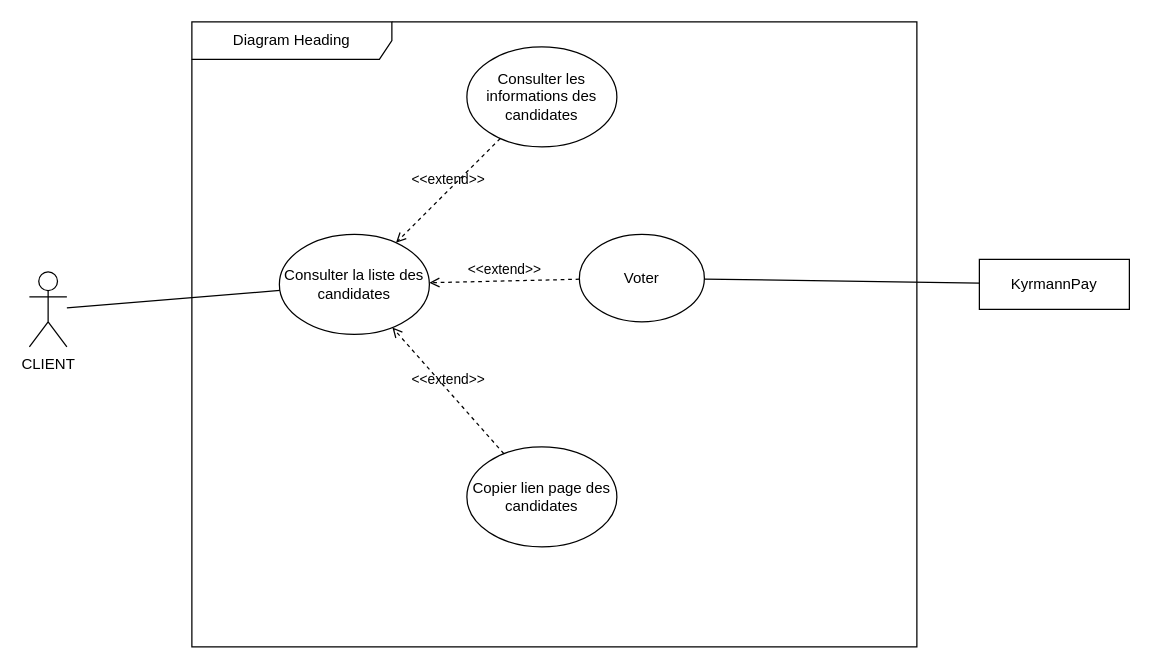
The draw.io diagram page "DCU-CLIENT" (1 of 10) of Diagramme tabouret royal.drawio in Kaji17/Diagramme-UML, before the edit. Source tidied: cells renumbered, new cells numbered last; positions are measured from the earlier drawing's top-left corner, leaving out a move shared by most shapes. Both pictures are drawn from the tidied source at 125%, with x=0, y=0 at pixel (29, 21).
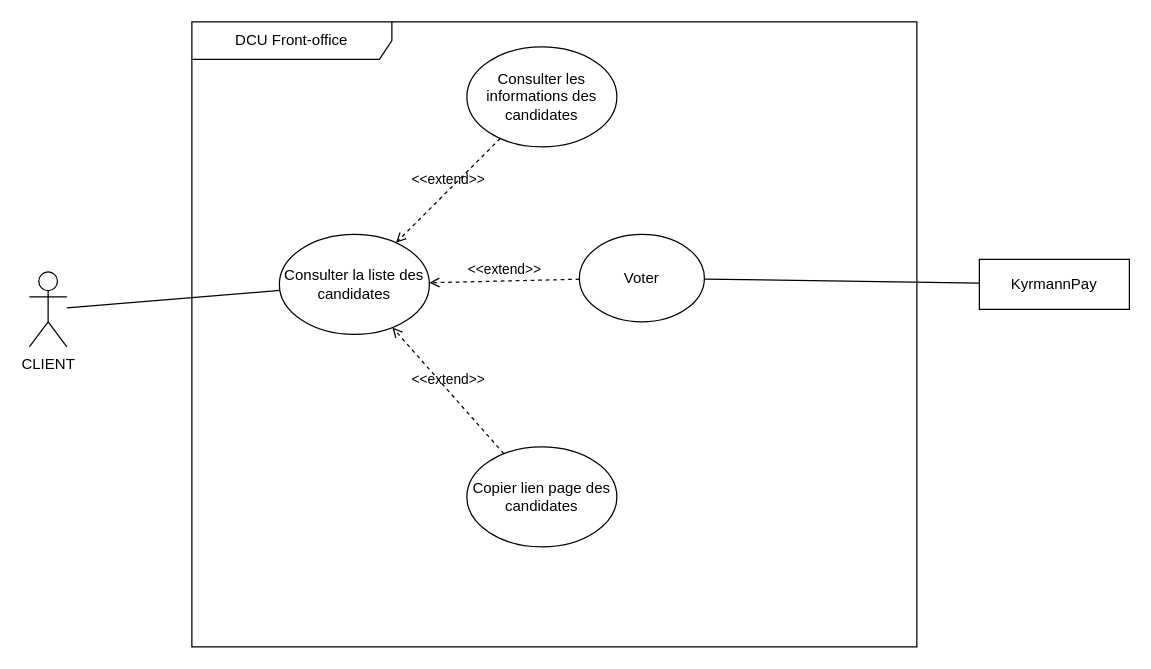
Above is the later version.

What changed in the source:
```diff
@@
 <mxGraphModel>
   <root>
     <mxCell id="0" />
     <mxCell id="1" parent="0" />
     <mxCell id="2" value="CLIENT" style="shape=umlActor;verticalLabelPosition=bottom;verticalAlign=top;html=1;outlineConnect=0;" parent="1" vertex="1">
       <mxGeometry y="200" width="30" height="60" as="geometry" />
     </mxCell>
     <mxCell id="3" style="endArrow=none;html=1;rounded=0;" parent="1" edge="1" source="2" target="8">
       <mxGeometry relative="1" as="geometry" />
     </mxCell>
-    <mxCell id="4" value="Diagram Heading" style="shape=umlFrame;whiteSpace=wrap;html=1;width=160;" parent="1" vertex="1">
+    <mxCell id="4" value="DCU Front-office" style="shape=umlFrame;whiteSpace=wrap;html=1;width=160;" parent="1" vertex="1">
       <mxGeometry x="130" width="580" height="500" as="geometry" />
     </mxCell>
     <mxCell id="5" value="Voter" style="ellipse;whiteSpace=wrap;html=1;" parent="4" vertex="1">
       <mxGeometry x="310" y="170" width="100" height="70" as="geometry" />
     </mxCell>
     <mxCell id="6" value="Consulter les informations des candidates" style="ellipse;whiteSpace=wrap;html=1;" parent="4" vertex="1">
       <mxGeometry x="220" y="20" width="120" height="80" as="geometry" />
     </mxCell>
     <mxCell id="7" value="Copier lien page des candidates" style="ellipse;whiteSpace=wrap;html=1;" parent="4" vertex="1">
       <mxGeometry x="220" y="340" width="120" height="80" as="geometry" />
     </mxCell>
     <mxCell id="8" value="Consulter la liste des candidates" style="ellipse;whiteSpace=wrap;html=1;" parent="4" vertex="1">
       <mxGeometry x="70" y="170" width="120" height="80" as="geometry" />
     </mxCell>
     <mxCell id="9" value="&amp;lt;&amp;lt;extend&amp;gt;&amp;gt;" style="html=1;verticalAlign=bottom;labelBackgroundColor=none;endArrow=open;endFill=0;dashed=1;rounded=0;" parent="4" edge="1" source="5" target="8">
       <mxGeometry relative="1" as="geometry" />
     </mxCell>
     <mxCell id="10" value="&amp;lt;&amp;lt;extend&amp;gt;&amp;gt;" style="html=1;verticalAlign=bottom;labelBackgroundColor=none;endArrow=open;endFill=0;dashed=1;rounded=0;" parent="4" edge="1" source="6" target="8">
       <mxGeometry relative="1" as="geometry" />
     </mxCell>
     <mxCell id="11" value="&amp;lt;&amp;lt;extend&amp;gt;&amp;gt;" style="html=1;verticalAlign=bottom;labelBackgroundColor=none;endArrow=open;endFill=0;dashed=1;rounded=0;" parent="4" edge="1" source="7" target="8">
       <mxGeometry relative="1" as="geometry" />
     </mxCell>
     <mxCell id="12" value="KyrmannPay" style="fontStyle=0;html=1;whiteSpace=wrap;" parent="1" vertex="1">
       <mxGeometry x="760" y="190" width="120" height="40" as="geometry" />
     </mxCell>
     <mxCell id="13" style="endArrow=none;html=1;rounded=0;" parent="1" edge="1" source="5" target="12">
       <mxGeometry relative="1" as="geometry" />
     </mxCell>
   </root>
 </mxGraphModel>
```
